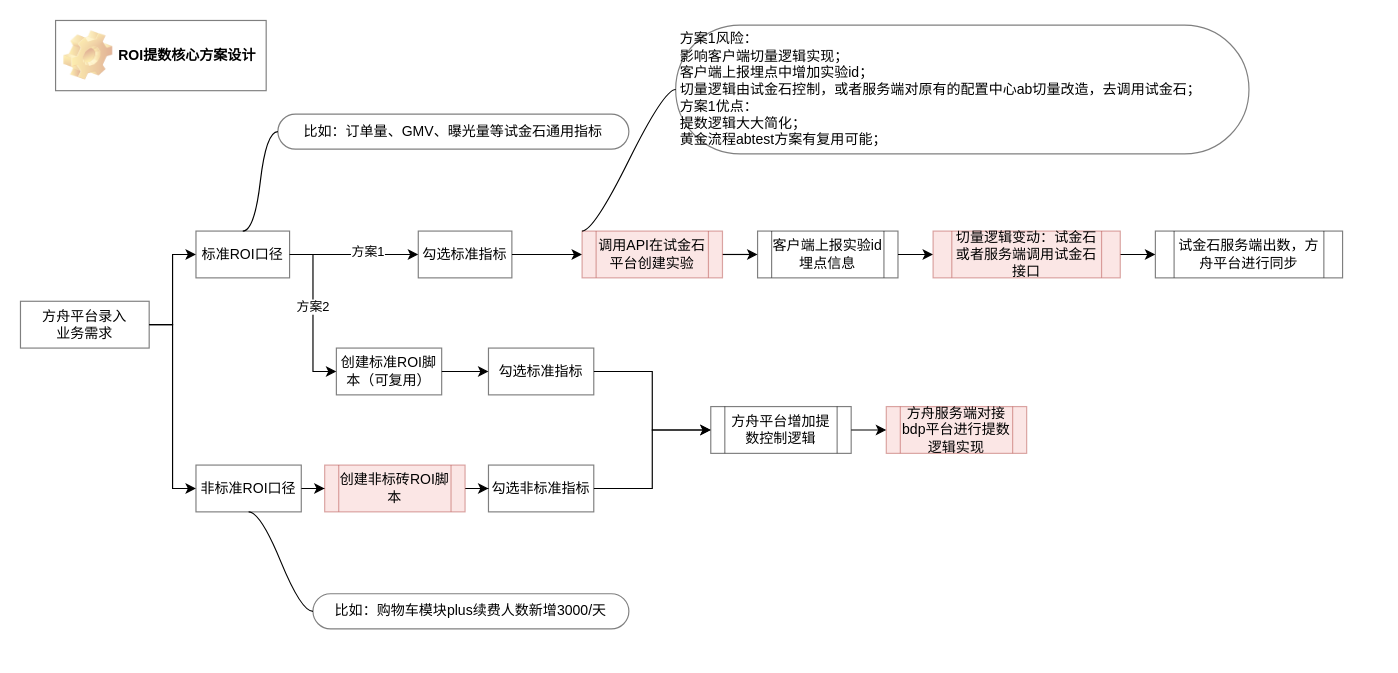
This is page "ROI提数核心实现方案" (4 of 4) of 需求ROI评估.drawio from lihongliang1989/diagram, a draw.io file, before an edit. Source tidied: cells renumbered, new cells numbered last; positions are measured from the earlier drawing's top-left corner, leaving out a move shared by most shapes. Both pictures are drawn from the tidied source at 117%, with x=0, y=0 at pixel (20, 20).
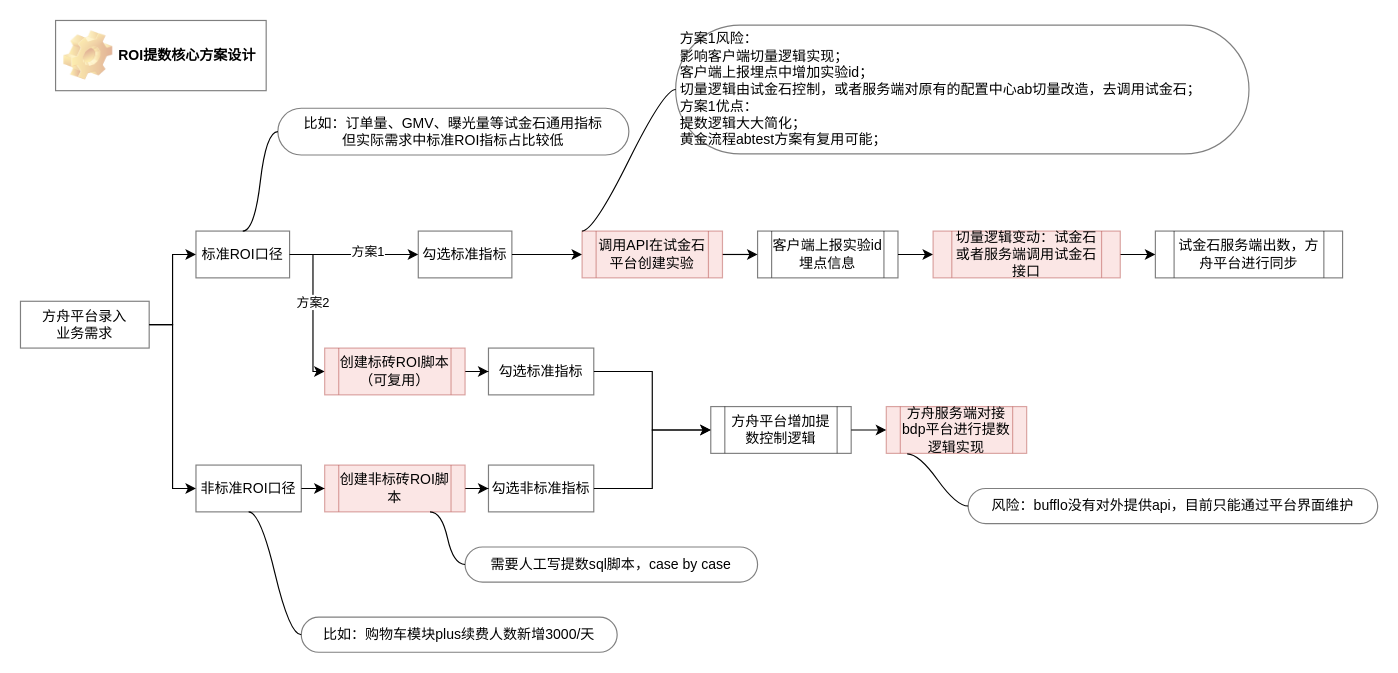
The same page after the edit.

The change refers to these unchanged cells:
```xml
<mxCell id="10" value="&lt;font color=&quot;#000000&quot;&gt;标准ROI口径&lt;/font&gt;" style="rounded=0;whiteSpace=wrap;html=1;shadow=0;glass=0;sketch=0;fontColor=#97D077;gradientColor=none;opacity=50;fillColor=#FFFFFF;" parent="1" vertex="1">
  <mxGeometry x="150" y="180" width="80" height="40" as="geometry" />
</mxCell>
<mxCell id="19" value="方舟服务端对接bdp平台进行提数逻辑实现" style="shape=process;whiteSpace=wrap;html=1;backgroundOutline=1;rounded=0;shadow=0;glass=0;sketch=0;fontColor=#000000;strokeColor=#b85450;fillColor=#f8cecc;opacity=50;" parent="1" vertex="1">
  <mxGeometry x="740" y="330" width="120" height="40" as="geometry" />
</mxCell>
<mxCell id="36" value="&lt;font color=&quot;#000000&quot;&gt;勾选标准指标&lt;/font&gt;" style="rounded=0;whiteSpace=wrap;html=1;shadow=0;glass=0;sketch=0;fontColor=#97D077;gradientColor=none;opacity=50;fillColor=#FFFFFF;" parent="1" vertex="1">
  <mxGeometry x="400" y="280" width="90" height="40" as="geometry" />
</mxCell>
<mxCell id="38" value="创建非标砖ROI脚本" style="shape=process;whiteSpace=wrap;html=1;backgroundOutline=1;rounded=0;shadow=0;glass=0;sketch=0;strokeColor=#b85450;fillColor=#f8cecc;align=center;opacity=50;" parent="1" vertex="1">
  <mxGeometry x="260" y="380" width="120" height="40" as="geometry" />
</mxCell>
```

What changed in the source:
```diff
@@
-    <mxCell id="8" style="edgeStyle=orthogonalEdgeStyle;rounded=0;jettySize=auto;html=1;entryX=0;entryY=0.5;entryDx=0;entryDy=0;fontColor=#000000;" parent="1" edge="1" source="10" target="34">
-      <mxGeometry relative="1" as="geometry" />
+    <mxCell id="8" style="edgeStyle=orthogonalEdgeStyle;rounded=0;jettySize=auto;html=1;entryX=0;entryY=0.5;entryDx=0;entryDy=0;fontColor=#000000;" parent="1" edge="1" source="10" target="40">
+      <mxGeometry relative="1" as="geometry">
+        <Array as="points">
+          <mxPoint x="250" y="200" />
+          <mxPoint x="250" y="300" />
+        </Array>
+      </mxGeometry>
     </mxCell>
@@
-    <mxCell id="11" value="比如：订单量、GMV、曝光量等试金石通用指标" style="whiteSpace=wrap;html=1;rounded=1;arcSize=50;align=center;verticalAlign=middle;strokeWidth=1;spacing=4;newEdgeStyle={&quot;edgeStyle&quot;:&quot;entityRelationEdgeStyle&quot;,&quot;startArrow&quot;:&quot;none&quot;,&quot;endArrow&quot;:&quot;none&quot;,&quot;segment&quot;:10,&quot;curved&quot;:1};shadow=0;glass=0;sketch=0;fillColor=#FFFFFF;opacity=50;" parent="1" vertex="1">
-      <mxGeometry x="220" y="80" width="300" height="30" as="geometry" />
+    <mxCell id="11" value="比如：订单量、GMV、曝光量等试金石通用指标&lt;br&gt;但实际需求中标准ROI指标占比较低" style="whiteSpace=wrap;html=1;rounded=1;arcSize=50;align=center;verticalAlign=middle;strokeWidth=1;spacing=4;newEdgeStyle={&quot;edgeStyle&quot;:&quot;entityRelationEdgeStyle&quot;,&quot;startArrow&quot;:&quot;none&quot;,&quot;endArrow&quot;:&quot;none&quot;,&quot;segment&quot;:10,&quot;curved&quot;:1};shadow=0;glass=0;sketch=0;fillColor=#FFFFFF;opacity=50;" parent="1" vertex="1">
+      <mxGeometry x="220" y="75" width="300" height="40" as="geometry" />
     </mxCell>
@@
     <mxCell id="31" value="比如：购物车模块plus续费人数新增3000/天" style="whiteSpace=wrap;html=1;rounded=1;arcSize=50;align=center;verticalAlign=middle;strokeWidth=1;spacing=4;newEdgeStyle={&quot;edgeStyle&quot;:&quot;entityRelationEdgeStyle&quot;,&quot;startArrow&quot;:&quot;none&quot;,&quot;endArrow&quot;:&quot;none&quot;,&quot;segment&quot;:10,&quot;curved&quot;:1};shadow=0;glass=0;sketch=0;fontColor=#000000;fillColor=#FFFFFF;opacity=50;" parent="1" vertex="1">
-      <mxGeometry x="250" y="490" width="270" height="30" as="geometry" />
+      <mxGeometry x="240" y="510" width="270" height="30" as="geometry" />
     </mxCell>
@@
-    <mxCell id="33" style="edgeStyle=orthogonalEdgeStyle;rounded=0;jettySize=auto;html=1;entryX=0;entryY=0.5;entryDx=0;entryDy=0;fontColor=#000000;" parent="1" edge="1" source="34" target="36">
-      <mxGeometry relative="1" as="geometry" />
-    </mxCell>
-    <mxCell id="34" value="&lt;font color=&quot;#000000&quot;&gt;创建标准ROI脚本（可复用）&lt;/font&gt;" style="rounded=0;whiteSpace=wrap;html=1;shadow=0;glass=0;sketch=0;fontColor=#97D077;gradientColor=none;opacity=50;fillColor=#FFFFFF;" parent="1" vertex="1">
-      <mxGeometry x="270" y="280" width="90" height="40" as="geometry" />
-    </mxCell>
@@
+    <mxCell id="39" style="edgeStyle=orthogonalEdgeStyle;rounded=0;jettySize=auto;html=1;entryX=0;entryY=0.5;entryDx=0;entryDy=0;fontColor=#000000;" parent="1" edge="1" source="40" target="36">
+      <mxGeometry relative="1" as="geometry" />
+    </mxCell>
+    <mxCell id="40" value="创建标砖ROI脚本（可复用）" style="shape=process;whiteSpace=wrap;html=1;backgroundOutline=1;rounded=0;shadow=0;glass=0;sketch=0;strokeColor=#b85450;fillColor=#f8cecc;align=center;opacity=50;" parent="1" vertex="1">
+      <mxGeometry x="260" y="280" width="120" height="40" as="geometry" />
+    </mxCell>
+    <mxCell id="41" value="需要人工写提数sql脚本，case by case" style="whiteSpace=wrap;html=1;rounded=1;arcSize=50;align=center;verticalAlign=middle;strokeWidth=1;spacing=4;newEdgeStyle={&quot;edgeStyle&quot;:&quot;entityRelationEdgeStyle&quot;,&quot;startArrow&quot;:&quot;none&quot;,&quot;endArrow&quot;:&quot;none&quot;,&quot;segment&quot;:10,&quot;curved&quot;:1};shadow=0;glass=0;sketch=0;fontColor=#000000;opacity=50;fillColor=#FFFFFF;" parent="1" vertex="1">
+      <mxGeometry x="380" y="450" width="250" height="30" as="geometry" />
+    </mxCell>
+    <mxCell id="42" style="edgeStyle=entityRelationEdgeStyle;startArrow=none;endArrow=none;segment=10;curved=1;fontColor=#000000;exitX=0.75;exitY=1;exitDx=0;exitDy=0;" parent="1" edge="1" source="38" target="41">
+      <mxGeometry relative="1" as="geometry" />
+    </mxCell>
+    <mxCell id="43" value="风险：bufflo没有对外提供api，目前只能通过平台界面维护" style="whiteSpace=wrap;html=1;rounded=1;arcSize=50;align=center;verticalAlign=middle;strokeWidth=1;spacing=4;newEdgeStyle={&quot;edgeStyle&quot;:&quot;entityRelationEdgeStyle&quot;,&quot;startArrow&quot;:&quot;none&quot;,&quot;endArrow&quot;:&quot;none&quot;,&quot;segment&quot;:10,&quot;curved&quot;:1};shadow=0;glass=0;sketch=0;fontColor=#000000;fillColor=#FFFFFF;opacity=50;" parent="1" vertex="1">
+      <mxGeometry x="810" y="400" width="350" height="30" as="geometry" />
+    </mxCell>
+    <mxCell id="44" style="edgeStyle=entityRelationEdgeStyle;startArrow=none;endArrow=none;segment=10;curved=1;fontColor=#000000;exitX=0.149;exitY=1.012;exitDx=0;exitDy=0;exitPerimeter=0;" parent="1" edge="1" source="19" target="43">
+      <mxGeometry relative="1" as="geometry" />
+    </mxCell>
```
